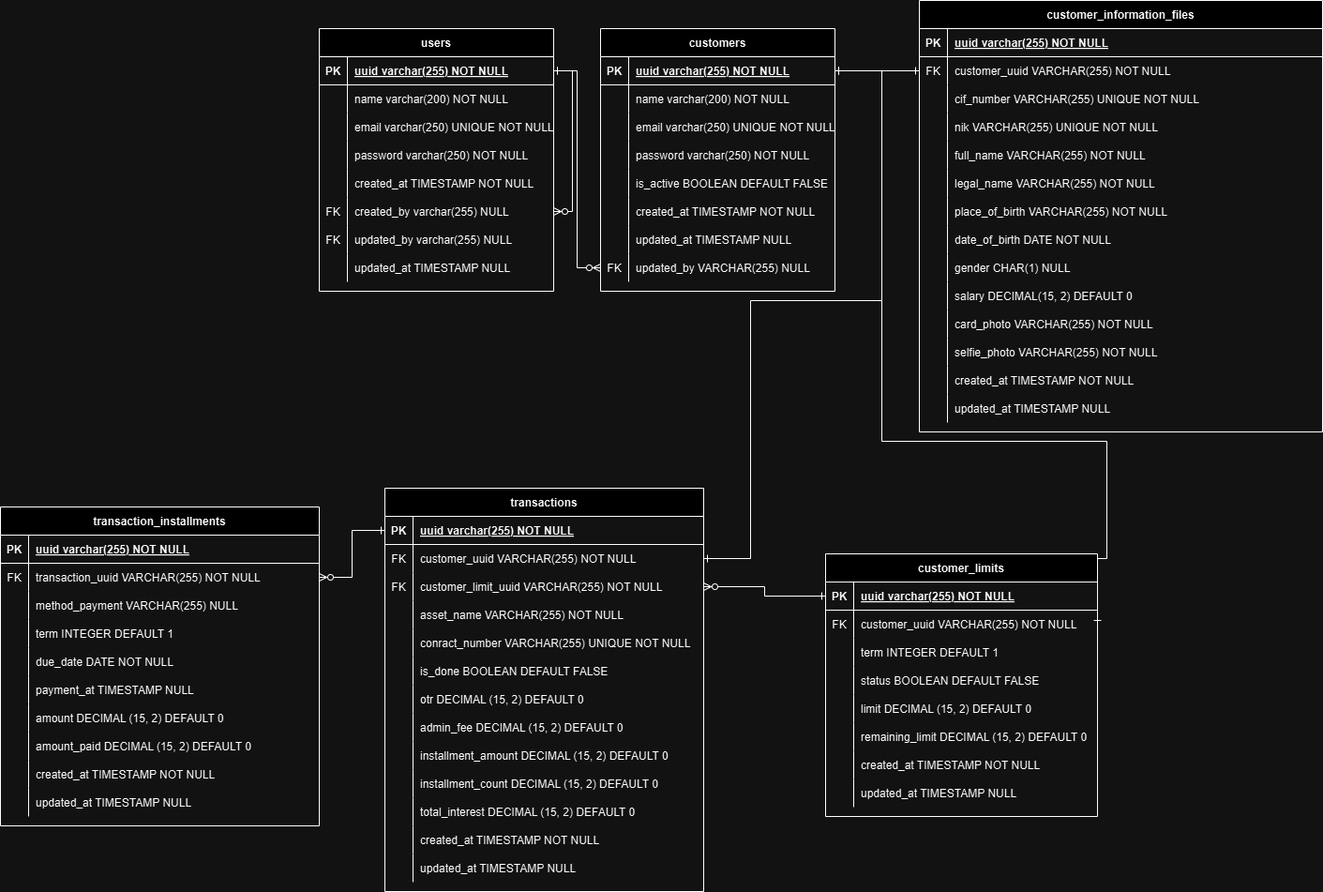
raflyrenaldy/sigmatest-kreditplus keeps this draw.io diagram as docs/erd.png. Above is the earlier version. Source tidied: cells renumbered, new cells last; positions are measured from the earlier drawing's top-left corner, leaving out a move shared by most shapes.
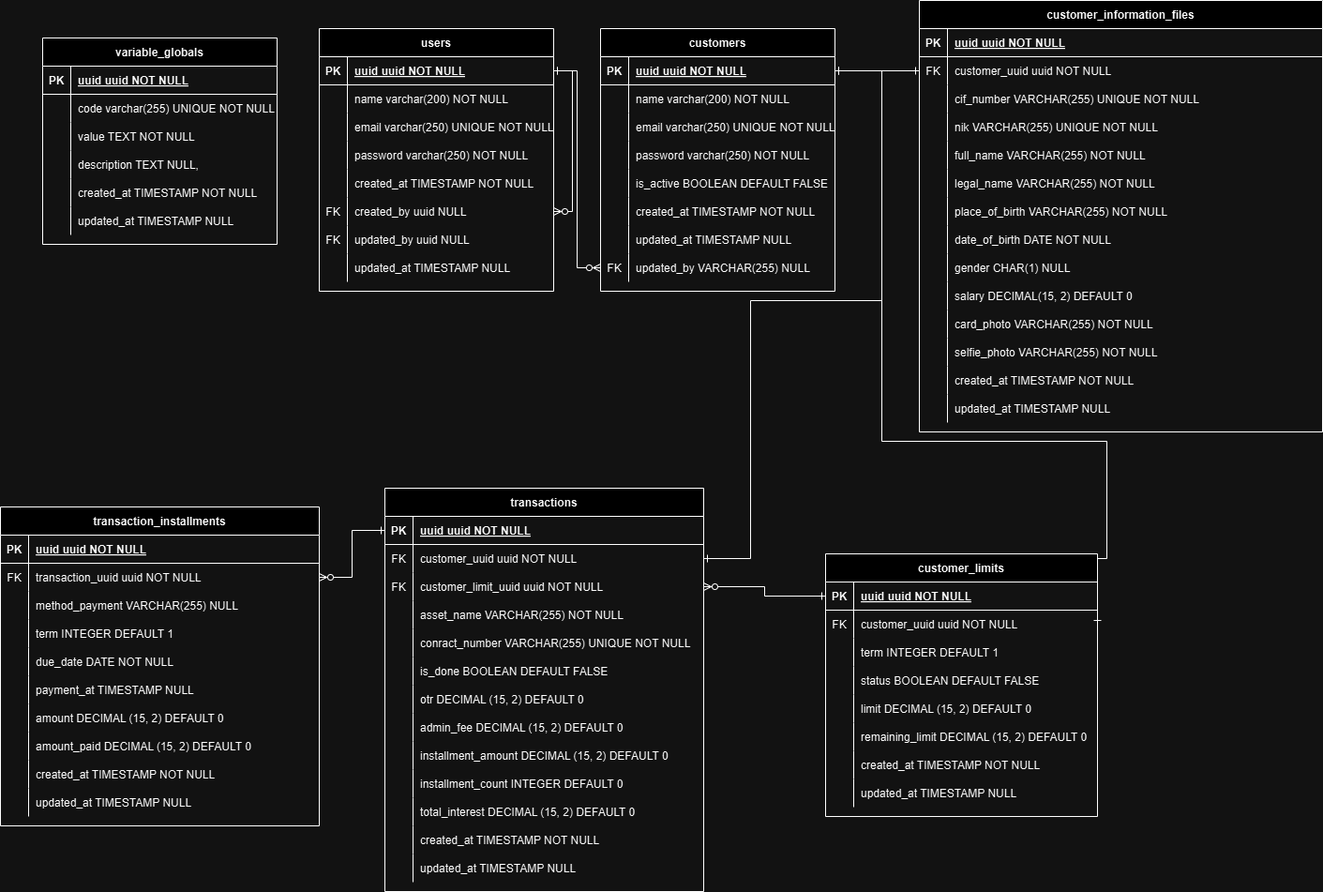
After the change.

Diff of the diagram source:
```diff
@@ -14,7 +14,7 @@
     <mxCell id="5" value="PK" style="shape=partialRectangle;overflow=hidden;fillColor=none;top=0;left=0;bottom=0;right=0;fontStyle=1;" parent="4" vertex="1">
       <mxGeometry width="30" height="30" as="geometry" />
     </mxCell>
-    <mxCell id="6" value="uuid varchar(255) NOT NULL " style="shape=partialRectangle;overflow=hidden;fillColor=none;top=0;left=0;bottom=0;right=0;align=left;spacingLeft=6;fontStyle=5;" parent="4" vertex="1">
+    <mxCell id="6" value="uuid uuid NOT NULL " style="shape=partialRectangle;overflow=hidden;fillColor=none;top=0;left=0;bottom=0;right=0;align=left;spacingLeft=6;fontStyle=5;" parent="4" vertex="1">
       <mxGeometry x="30" width="220" height="30" as="geometry" />
     </mxCell>
     <mxCell id="7" style="shape=partialRectangle;fillColor=none;top=0;left=0;right=0;bottom=0;" parent="3" vertex="1">
@@ -59,7 +59,7 @@
     <mxCell id="20" value="FK" style="shape=partialRectangle;overflow=hidden;fillColor=none;top=0;left=0;bottom=0;right=0;" parent="19" vertex="1">
       <mxGeometry width="30" height="30" as="geometry" />
     </mxCell>
-    <mxCell id="21" value="created_by varchar(255) NULL" style="shape=partialRectangle;overflow=hidden;fillColor=none;top=0;left=0;bottom=0;right=0;align=left;spacingLeft=6;" parent="19" vertex="1">
+    <mxCell id="21" value="created_by uuid NULL" style="shape=partialRectangle;overflow=hidden;fillColor=none;top=0;left=0;bottom=0;right=0;align=left;spacingLeft=6;" parent="19" vertex="1">
       <mxGeometry x="30" width="220" height="30" as="geometry" />
     </mxCell>
     <mxCell id="22" style="shape=partialRectangle;fillColor=none;top=0;left=0;right=0;bottom=0;" parent="3" vertex="1">
@@ -68,7 +68,7 @@
     <mxCell id="23" value="FK" style="shape=partialRectangle;overflow=hidden;fillColor=none;top=0;left=0;bottom=0;right=0;" parent="22" vertex="1">
       <mxGeometry width="30" height="30" as="geometry" />
     </mxCell>
-    <mxCell id="24" value="updated_by varchar(255) NULL" style="shape=partialRectangle;overflow=hidden;fillColor=none;top=0;left=0;bottom=0;right=0;align=left;spacingLeft=6;" parent="22" vertex="1">
+    <mxCell id="24" value="updated_by uuid NULL" style="shape=partialRectangle;overflow=hidden;fillColor=none;top=0;left=0;bottom=0;right=0;align=left;spacingLeft=6;" parent="22" vertex="1">
       <mxGeometry x="30" width="220" height="30" as="geometry" />
     </mxCell>
     <mxCell id="25" style="shape=partialRectangle;fillColor=none;top=0;left=0;right=0;bottom=0;" parent="3" vertex="1">
@@ -89,7 +89,7 @@
     <mxCell id="30" value="PK" style="shape=partialRectangle;overflow=hidden;fillColor=none;top=0;left=0;bottom=0;right=0;fontStyle=1;" parent="29" vertex="1">
       <mxGeometry width="30" height="30" as="geometry" />
     </mxCell>
-    <mxCell id="31" value="uuid varchar(255) NOT NULL " style="shape=partialRectangle;overflow=hidden;fillColor=none;top=0;left=0;bottom=0;right=0;align=left;spacingLeft=6;fontStyle=5;" parent="29" vertex="1">
+    <mxCell id="31" value="uuid uuid NOT NULL" style="shape=partialRectangle;overflow=hidden;fillColor=none;top=0;left=0;bottom=0;right=0;align=left;spacingLeft=6;fontStyle=5;" parent="29" vertex="1">
       <mxGeometry x="30" width="220" height="30" as="geometry" />
     </mxCell>
     <mxCell id="32" style="shape=partialRectangle;fillColor=none;top=0;left=0;right=0;bottom=0;" parent="28" vertex="1">
@@ -164,7 +164,7 @@
     <mxCell id="55" value="PK" style="shape=partialRectangle;overflow=hidden;fillColor=none;top=0;left=0;bottom=0;right=0;fontStyle=1;" parent="54" vertex="1">
       <mxGeometry width="30" height="30" as="geometry" />
     </mxCell>
-    <mxCell id="56" value="uuid varchar(255) NOT NULL " style="shape=partialRectangle;overflow=hidden;fillColor=none;top=0;left=0;bottom=0;right=0;align=left;spacingLeft=6;fontStyle=5;" parent="54" vertex="1">
+    <mxCell id="56" value="uuid uuid NOT NULL" style="shape=partialRectangle;overflow=hidden;fillColor=none;top=0;left=0;bottom=0;right=0;align=left;spacingLeft=6;fontStyle=5;" parent="54" vertex="1">
       <mxGeometry x="30" width="260" height="30" as="geometry" />
     </mxCell>
     <mxCell id="57" style="shape=partialRectangle;fillColor=none;points=[[0,0.5],[1,0.5]];portConstraint=eastwest;top=0;left=0;right=0;bottom=0;" parent="53" vertex="1">
@@ -173,7 +173,7 @@
     <mxCell id="58" value="FK" style="shape=partialRectangle;overflow=hidden;fillColor=none;top=0;left=0;bottom=0;right=0;" parent="57" vertex="1">
       <mxGeometry width="30" height="30" as="geometry" />
     </mxCell>
-    <mxCell id="59" value="customer_uuid VARCHAR(255) NOT NULL" style="shape=partialRectangle;overflow=hidden;fillColor=none;top=0;left=0;bottom=0;right=0;align=left;spacingLeft=6;" parent="57" vertex="1">
+    <mxCell id="59" value="customer_uuid uuid NOT NULL" style="shape=partialRectangle;overflow=hidden;fillColor=none;top=0;left=0;bottom=0;right=0;align=left;spacingLeft=6;" parent="57" vertex="1">
       <mxGeometry x="30" width="260" height="30" as="geometry" />
     </mxCell>
     <mxCell id="60" style="shape=partialRectangle;fillColor=none;top=0;left=0;right=0;bottom=0;" parent="53" vertex="1">
@@ -239,7 +239,7 @@
     <mxCell id="80" value="PK" style="shape=partialRectangle;overflow=hidden;fillColor=none;top=0;left=0;bottom=0;right=0;fontStyle=1;" parent="79" vertex="1">
       <mxGeometry width="30" height="30" as="geometry" />
     </mxCell>
-    <mxCell id="81" value="uuid varchar(255) NOT NULL " style="shape=partialRectangle;overflow=hidden;fillColor=none;top=0;left=0;bottom=0;right=0;align=left;spacingLeft=6;fontStyle=5;" parent="79" vertex="1">
+    <mxCell id="81" value="uuid uuid NOT NULL " style="shape=partialRectangle;overflow=hidden;fillColor=none;top=0;left=0;bottom=0;right=0;align=left;spacingLeft=6;fontStyle=5;" parent="79" vertex="1">
       <mxGeometry x="30" width="400" height="30" as="geometry" />
     </mxCell>
     <mxCell id="82" style="shape=partialRectangle;fillColor=none;points=[[0,0.5],[1,0.5]];portConstraint=eastwest;top=0;left=0;right=0;bottom=0;" parent="78" vertex="1">
@@ -248,7 +248,7 @@
     <mxCell id="83" value="FK" style="shape=partialRectangle;overflow=hidden;fillColor=none;top=0;left=0;bottom=0;right=0;" parent="82" vertex="1">
       <mxGeometry width="30" height="30" as="geometry" />
     </mxCell>
-    <mxCell id="84" value="customer_uuid VARCHAR(255) NOT NULL" style="shape=partialRectangle;overflow=hidden;fillColor=none;top=0;left=0;bottom=0;right=0;align=left;spacingLeft=6;" parent="82" vertex="1">
+    <mxCell id="84" value="customer_uuid uuid NOT NULL" style="shape=partialRectangle;overflow=hidden;fillColor=none;top=0;left=0;bottom=0;right=0;align=left;spacingLeft=6;" parent="82" vertex="1">
       <mxGeometry x="30" width="400" height="30" as="geometry" />
     </mxCell>
     <mxCell id="85" style="shape=partialRectangle;fillColor=none;top=0;left=0;right=0;bottom=0;" parent="78" vertex="1">
@@ -381,7 +381,7 @@
     <mxCell id="125" value="PK" style="shape=partialRectangle;overflow=hidden;fillColor=none;top=0;left=0;bottom=0;right=0;fontStyle=1;" parent="124" vertex="1">
       <mxGeometry width="30" height="30" as="geometry" />
     </mxCell>
-    <mxCell id="126" value="uuid varchar(255) NOT NULL " style="shape=partialRectangle;overflow=hidden;fillColor=none;top=0;left=0;bottom=0;right=0;align=left;spacingLeft=6;fontStyle=5;" parent="124" vertex="1">
+    <mxCell id="126" value="uuid uuid NOT NULL" style="shape=partialRectangle;overflow=hidden;fillColor=none;top=0;left=0;bottom=0;right=0;align=left;spacingLeft=6;fontStyle=5;" parent="124" vertex="1">
       <mxGeometry x="30" width="310" height="30" as="geometry" />
     </mxCell>
     <mxCell id="127" style="shape=partialRectangle;fillColor=none;points=[[0,0.5],[1,0.5]];portConstraint=eastwest;top=0;left=0;right=0;bottom=0;" parent="123" vertex="1">
@@ -390,7 +390,7 @@
     <mxCell id="128" value="FK" style="shape=partialRectangle;overflow=hidden;fillColor=none;top=0;left=0;bottom=0;right=0;" parent="127" vertex="1">
       <mxGeometry width="30" height="30" as="geometry" />
     </mxCell>
-    <mxCell id="129" value="customer_uuid VARCHAR(255) NOT NULL" style="shape=partialRectangle;overflow=hidden;fillColor=none;top=0;left=0;bottom=0;right=0;align=left;spacingLeft=6;" parent="127" vertex="1">
+    <mxCell id="129" value="customer_uuid uuid NOT NULL" style="shape=partialRectangle;overflow=hidden;fillColor=none;top=0;left=0;bottom=0;right=0;align=left;spacingLeft=6;" parent="127" vertex="1">
       <mxGeometry x="30" width="310" height="30" as="geometry" />
     </mxCell>
     <mxCell id="130" style="shape=partialRectangle;fillColor=none;points=[[0,0.5],[1,0.5]];portConstraint=eastwest;top=0;left=0;right=0;bottom=0;" parent="123" vertex="1">
@@ -399,7 +399,7 @@
     <mxCell id="131" value="FK" style="shape=partialRectangle;overflow=hidden;fillColor=none;top=0;left=0;bottom=0;right=0;" parent="130" vertex="1">
       <mxGeometry width="30" height="30" as="geometry" />
     </mxCell>
-    <mxCell id="132" value="customer_limit_uuid VARCHAR(255) NOT NULL" style="shape=partialRectangle;overflow=hidden;fillColor=none;top=0;left=0;bottom=0;right=0;align=left;spacingLeft=6;" parent="130" vertex="1">
+    <mxCell id="132" value="customer_limit_uuid uuid NOT NULL" style="shape=partialRectangle;overflow=hidden;fillColor=none;top=0;left=0;bottom=0;right=0;align=left;spacingLeft=6;" parent="130" vertex="1">
       <mxGeometry x="30" width="310" height="30" as="geometry" />
     </mxCell>
     <mxCell id="133" style="shape=partialRectangle;fillColor=none;top=0;left=0;right=0;bottom=0;" parent="123" vertex="1">
@@ -462,7 +462,7 @@
     <mxCell id="152" value="    " style="shape=partialRectangle;overflow=hidden;fillColor=none;top=0;left=0;bottom=0;right=0;" parent="151" vertex="1">
       <mxGeometry width="30" height="30" as="geometry" />
     </mxCell>
-    <mxCell id="153" value="installment_count DECIMAL (15, 2) DEFAULT 0" style="shape=partialRectangle;overflow=hidden;fillColor=none;top=0;left=0;bottom=0;right=0;align=left;spacingLeft=6;" parent="151" vertex="1">
+    <mxCell id="153" value="installment_count INTEGER DEFAULT 0" style="shape=partialRectangle;overflow=hidden;fillColor=none;top=0;left=0;bottom=0;right=0;align=left;spacingLeft=6;" parent="151" vertex="1">
       <mxGeometry x="30" width="310" height="30" as="geometry" />
     </mxCell>
     <mxCell id="154" style="shape=partialRectangle;fillColor=none;top=0;left=0;right=0;bottom=0;" parent="123" vertex="1">
@@ -514,7 +514,7 @@
     <mxCell id="167" value="PK" style="shape=partialRectangle;overflow=hidden;fillColor=none;top=0;left=0;bottom=0;right=0;fontStyle=1;" parent="166" vertex="1">
       <mxGeometry width="30" height="30" as="geometry" />
     </mxCell>
-    <mxCell id="168" value="uuid varchar(255) NOT NULL " style="shape=partialRectangle;overflow=hidden;fillColor=none;top=0;left=0;bottom=0;right=0;align=left;spacingLeft=6;fontStyle=5;" parent="166" vertex="1">
+    <mxCell id="168" value="uuid uuid NOT NULL" style="shape=partialRectangle;overflow=hidden;fillColor=none;top=0;left=0;bottom=0;right=0;align=left;spacingLeft=6;fontStyle=5;" parent="166" vertex="1">
       <mxGeometry x="30" width="310" height="30" as="geometry" />
     </mxCell>
     <mxCell id="169" style="shape=partialRectangle;fillColor=none;points=[[0,0.5],[1,0.5]];portConstraint=eastwest;top=0;left=0;right=0;bottom=0;" parent="165" vertex="1">
@@ -523,7 +523,7 @@
     <mxCell id="170" value="FK" style="shape=partialRectangle;overflow=hidden;fillColor=none;top=0;left=0;bottom=0;right=0;" parent="169" vertex="1">
       <mxGeometry width="30" height="30" as="geometry" />
     </mxCell>
-    <mxCell id="171" value="transaction_uuid VARCHAR(255) NOT NULL" style="shape=partialRectangle;overflow=hidden;fillColor=none;top=0;left=0;bottom=0;right=0;align=left;spacingLeft=6;" parent="169" vertex="1">
+    <mxCell id="171" value="transaction_uuid uuid NOT NULL" style="shape=partialRectangle;overflow=hidden;fillColor=none;top=0;left=0;bottom=0;right=0;align=left;spacingLeft=6;" parent="169" vertex="1">
       <mxGeometry x="30" width="310" height="30" as="geometry" />
     </mxCell>
     <mxCell id="172" style="shape=partialRectangle;fillColor=none;top=0;left=0;right=0;bottom=0;" parent="165" vertex="1">
@@ -604,5 +604,62 @@
     <mxCell id="197" style="edgeStyle=orthogonalEdgeStyle;rounded=0;jettySize=auto;html=1;exitX=0;exitY=0.5;exitDx=0;exitDy=0;entryX=1;entryY=0.5;entryDx=0;entryDy=0;startArrow=ERzeroToMany;startFill=0;endArrow=ERone;endFill=0;" parent="1" edge="1" source="50" target="4">
       <mxGeometry relative="1" as="geometry" />
     </mxCell>
+    <mxCell id="198" value="variable_globals" style="shape=table;startSize=30;rowLines=0;fontStyle=1;align=center;" parent="1" vertex="1">
+      <mxGeometry x="45" y="40" width="250" height="220" as="geometry" />
+    </mxCell>
+    <mxCell id="199" style="shape=partialRectangle;fillColor=none;top=0;left=0;right=0;bottom=1;" parent="198" vertex="1">
+      <mxGeometry y="30" width="250" height="30" as="geometry" />
+    </mxCell>
+    <mxCell id="200" value="PK" style="shape=partialRectangle;overflow=hidden;fillColor=none;top=0;left=0;bottom=0;right=0;fontStyle=1;" parent="199" vertex="1">
+      <mxGeometry width="30" height="30" as="geometry" />
+    </mxCell>
+    <mxCell id="201" value="uuid uuid NOT NULL " style="shape=partialRectangle;overflow=hidden;fillColor=none;top=0;left=0;bottom=0;right=0;align=left;spacingLeft=6;fontStyle=5;" parent="199" vertex="1">
+      <mxGeometry x="30" width="220" height="30" as="geometry" />
+    </mxCell>
+    <mxCell id="202" style="shape=partialRectangle;fillColor=none;top=0;left=0;right=0;bottom=0;" parent="198" vertex="1">
+      <mxGeometry y="60" width="250" height="30" as="geometry" />
+    </mxCell>
+    <mxCell id="203" style="shape=partialRectangle;overflow=hidden;fillColor=none;top=0;left=0;bottom=0;right=0;" parent="202" vertex="1">
+      <mxGeometry width="30" height="30" as="geometry" />
+    </mxCell>
+    <mxCell id="204" value="code varchar(255) UNIQUE NOT NULL" style="shape=partialRectangle;overflow=hidden;fillColor=none;top=0;left=0;bottom=0;right=0;align=left;spacingLeft=6;" parent="202" vertex="1">
+      <mxGeometry x="30" width="220" height="30" as="geometry" />
+    </mxCell>
+    <mxCell id="205" style="shape=partialRectangle;fillColor=none;top=0;left=0;right=0;bottom=0;" parent="198" vertex="1">
+      <mxGeometry y="90" width="250" height="30" as="geometry" />
+    </mxCell>
+    <mxCell id="206" style="shape=partialRectangle;overflow=hidden;fillColor=none;top=0;left=0;bottom=0;right=0;" parent="205" vertex="1">
+      <mxGeometry width="30" height="30" as="geometry" />
+    </mxCell>
+    <mxCell id="207" value="value TEXT NOT NULL" style="shape=partialRectangle;overflow=hidden;fillColor=none;top=0;left=0;bottom=0;right=0;align=left;spacingLeft=6;" parent="205" vertex="1">
+      <mxGeometry x="30" width="220" height="30" as="geometry" />
+    </mxCell>
+    <mxCell id="208" style="shape=partialRectangle;fillColor=none;top=0;left=0;right=0;bottom=0;" parent="198" vertex="1">
+      <mxGeometry y="120" width="250" height="30" as="geometry" />
+    </mxCell>
+    <mxCell id="209" style="shape=partialRectangle;overflow=hidden;fillColor=none;top=0;left=0;bottom=0;right=0;" parent="208" vertex="1">
+      <mxGeometry width="30" height="30" as="geometry" />
+    </mxCell>
+    <mxCell id="210" value="description TEXT NULL," style="shape=partialRectangle;overflow=hidden;fillColor=none;top=0;left=0;bottom=0;right=0;align=left;spacingLeft=6;" parent="208" vertex="1">
+      <mxGeometry x="30" width="220" height="30" as="geometry" />
+    </mxCell>
+    <mxCell id="211" style="shape=partialRectangle;fillColor=none;top=0;left=0;right=0;bottom=0;" parent="198" vertex="1">
+      <mxGeometry y="150" width="250" height="30" as="geometry" />
+    </mxCell>
+    <mxCell id="212" style="shape=partialRectangle;overflow=hidden;fillColor=none;top=0;left=0;bottom=0;right=0;" parent="211" vertex="1">
+      <mxGeometry width="30" height="30" as="geometry" />
+    </mxCell>
+    <mxCell id="213" value="created_at TIMESTAMP NOT NULL" style="shape=partialRectangle;overflow=hidden;fillColor=none;top=0;left=0;bottom=0;right=0;align=left;spacingLeft=6;" parent="211" vertex="1">
+      <mxGeometry x="30" width="220" height="30" as="geometry" />
+    </mxCell>
+    <mxCell id="214" style="shape=partialRectangle;fillColor=none;top=0;left=0;right=0;bottom=0;" parent="198" vertex="1">
+      <mxGeometry y="180" width="250" height="30" as="geometry" />
+    </mxCell>
+    <mxCell id="215" style="shape=partialRectangle;overflow=hidden;fillColor=none;top=0;left=0;bottom=0;right=0;" parent="214" vertex="1">
+      <mxGeometry width="30" height="30" as="geometry" />
+    </mxCell>
+    <mxCell id="216" value="updated_at TIMESTAMP NULL" style="shape=partialRectangle;overflow=hidden;fillColor=none;top=0;left=0;bottom=0;right=0;align=left;spacingLeft=6;" parent="214" vertex="1">
+      <mxGeometry x="30" width="220" height="30" as="geometry" />
+    </mxCell>
   </root>
 </mxGraphModel>
```
